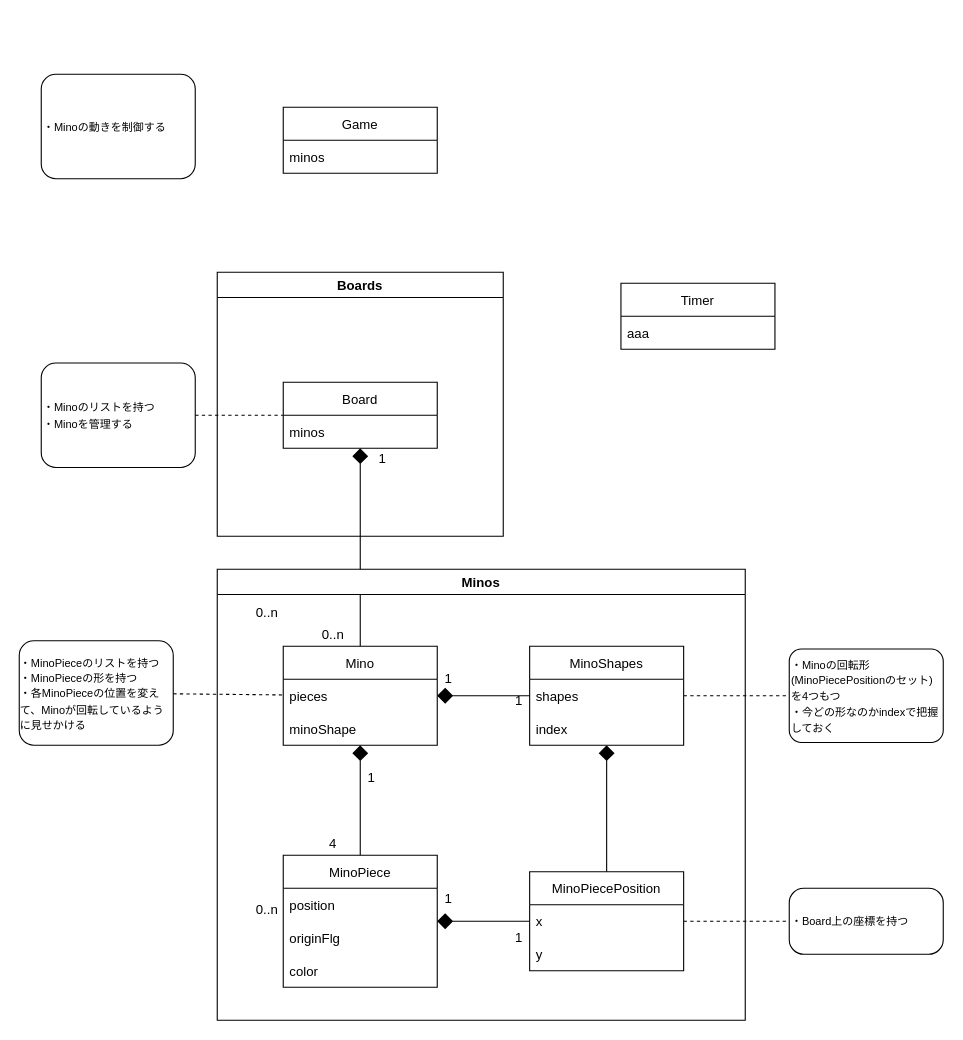
Above: Assets/Tetris/Modeling/DomainModel.drawio in toppy777/tetris (draw.io), before the change. Source tidied: cells renumbered, new cells numbered last; positions are measured from the earlier drawing's top-left corner, leaving out a move shared by most shapes. Both pictures are drawn from the tidied source at 110%, with x=0, y=0 at pixel (19, 74).
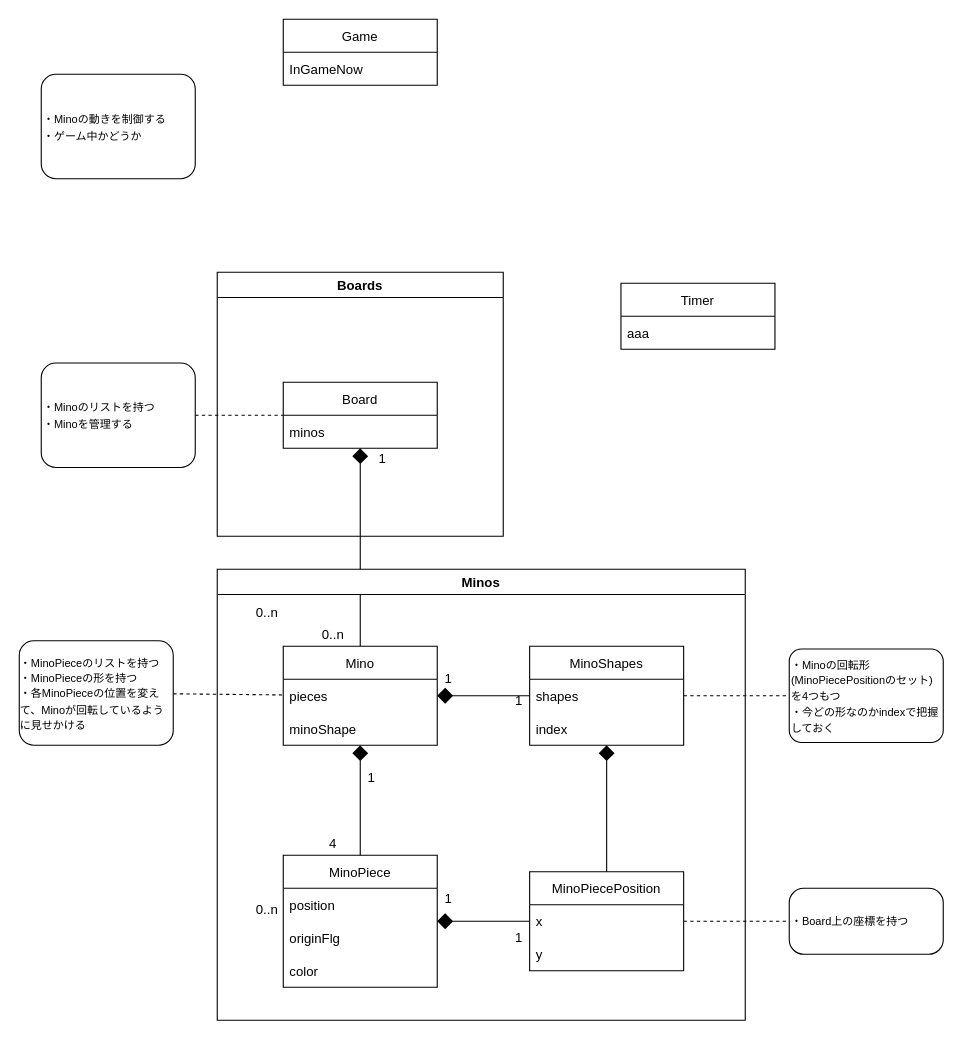
After the change.

What changed in the source:
```diff
@@
     <mxCell id="42" value="Game" style="swimlane;fontStyle=0;horizontal=1;startSize=30;" parent="1" vertex="1">
-      <mxGeometry x="240" y="30" width="140" height="60" as="geometry" />
+      <mxGeometry x="240" y="-50" width="140" height="60" as="geometry" />
     </mxCell>
-    <mxCell id="43" value="minos" style="text;strokeColor=none;fillColor=none;align=left;verticalAlign=middle;spacingLeft=4;spacingRight=4;overflow=hidden;" parent="42" vertex="1">
+    <mxCell id="43" value="InGameNow" style="text;strokeColor=none;fillColor=none;align=left;verticalAlign=middle;spacingLeft=4;spacingRight=4;overflow=hidden;" parent="42" vertex="1">
       <mxGeometry y="30" width="140" height="30" as="geometry" />
     </mxCell>
-    <mxCell id="44" value="&lt;span style=&quot;font-size: 10px&quot;&gt;・Minoの動きを制御する&lt;/span&gt;" style="rounded=1;whiteSpace=wrap;html=1;arcSize=14;align=left;" parent="1" vertex="1">
+    <mxCell id="44" value="&lt;span style=&quot;font-size: 10px&quot;&gt;・Minoの動きを制御する&lt;br&gt;・ゲーム中かどうか&lt;br&gt;&lt;/span&gt;" style="rounded=1;whiteSpace=wrap;html=1;arcSize=14;align=left;" parent="1" vertex="1">
       <mxGeometry x="20" width="140" height="95" as="geometry" />
     </mxCell>
```
